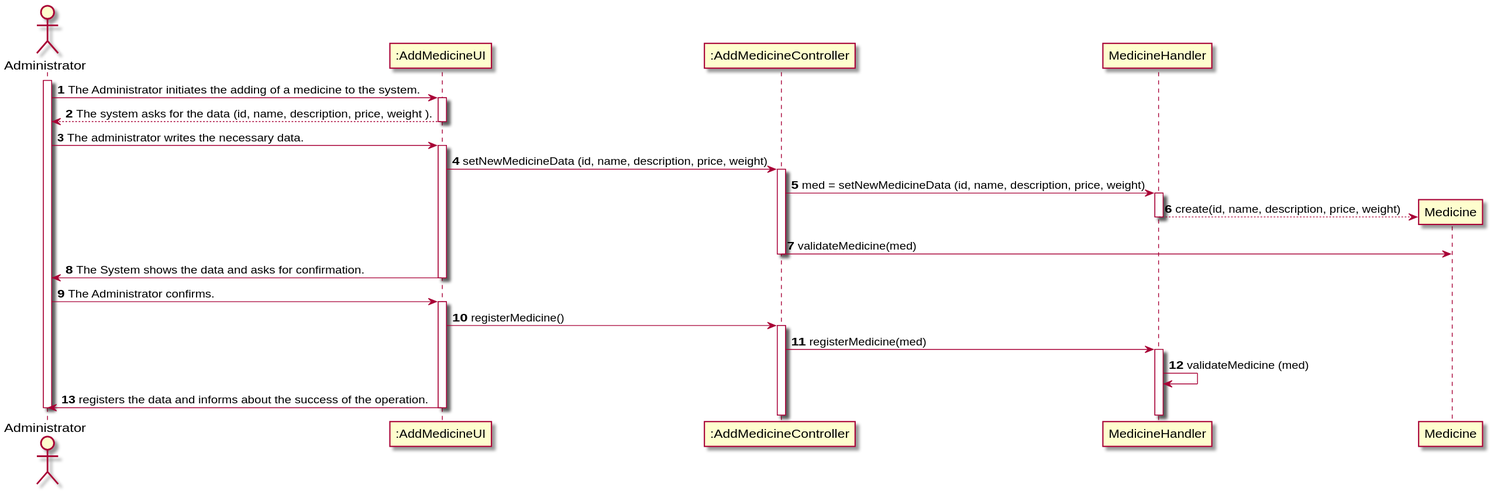
Above: Documents/UC10/UC10_SD.svg in 1190452/LAPR3 (PlantUML), before the change. Its diagram source:
```plantuml
@startuml
autonumber
actor "Administrator" as ADM

participant ":AddMedicineUI" as UI
participant ":AddMedicineController" as CTRL
participant "MedicineHandler" as PHARM
participant "Medicine" as MED


activate ADM
ADM -> UI : The Administrator initiates the adding of a medicine to the system.
activate UI

UI --> ADM : The system asks for the data (id, name, description, price, weight ).

deactivate UI

ADM -> UI : The administrator writes the necessary data.
activate UI

UI -> CTRL : setNewMedicineData (id, name, description, price, weight)
activate CTRL

CTRL -> PHARM : med = setNewMedicineData (id, name, description, price, weight)
activate PHARM

PHARM --> MED ** : create(id, name, description, price, weight)
deactivate PHARM

CTRL -> MED: validateMedicine(med)
deactivate CTRL

UI -> ADM : The System shows the data and asks for confirmation.
deactivate UI


ADM -> UI : The Administrator confirms.
activate UI

UI -> CTRL: registerMedicine()
activate CTRL

CTRL -> PHARM : registerMedicine(med)
activate PHARM

PHARM -> PHARM : validateMedicine (med)

UI -> ADM : registers the data and informs about the success of the operation.


deactivate UI
deactivate ADM
@enduml
```
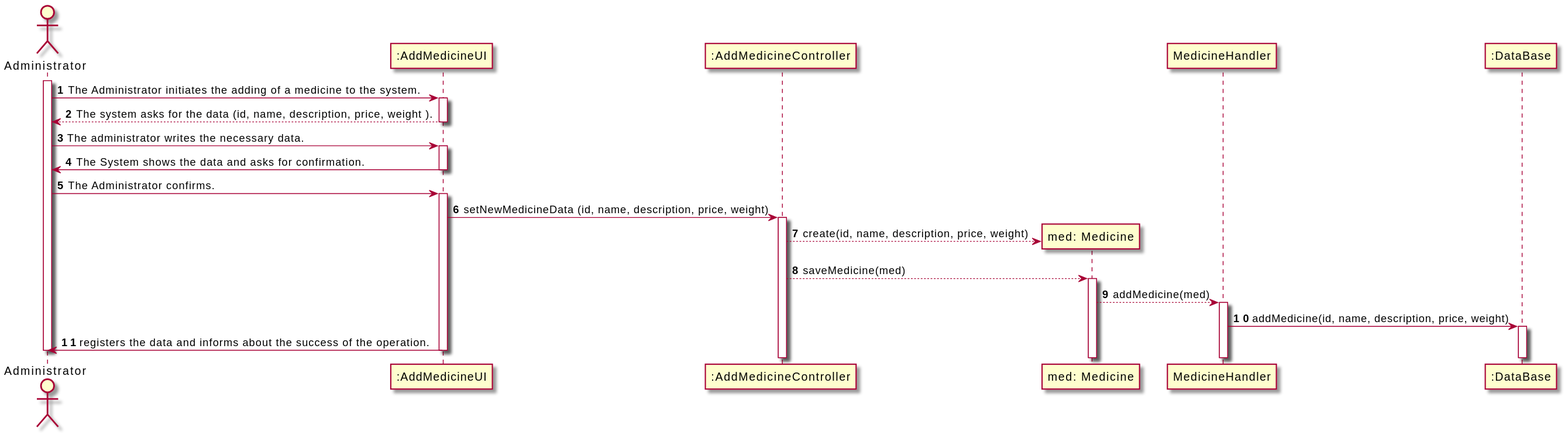
Later version of the same file.

Commit message:
AUCMN1-105 #close #comment changes to the CD and SD diagrams

Change to the diagram source:
```diff
@@ -4,8 +4,9 @@
 
 participant ":AddMedicineUI" as UI
 participant ":AddMedicineController" as CTRL
-participant "MedicineHandler" as PHARM
-participant "Medicine" as MED
+participant "med: Medicine" as MED
+participant "MedicineHandler" as HANDLER
+participant ":DataBase" as DB
 
 
 activate ADM
@@ -19,32 +20,25 @@
 ADM -> UI : The administrator writes the necessary data.
 activate UI
 
-UI -> CTRL : setNewMedicineData (id, name, description, price, weight)
-activate CTRL
-
-CTRL -> PHARM : med = setNewMedicineData (id, name, description, price, weight)
-activate PHARM
-
-PHARM --> MED ** : create(id, name, description, price, weight)
-deactivate PHARM
-
-CTRL -> MED: validateMedicine(med)
-deactivate CTRL
-
 UI -> ADM : The System shows the data and asks for confirmation.
 deactivate UI
-
 
 ADM -> UI : The Administrator confirms.
 activate UI
 
-UI -> CTRL: registerMedicine()
+UI -> CTRL : setNewMedicineData (id, name, description, price, weight)
 activate CTRL
 
-CTRL -> PHARM : registerMedicine(med)
-activate PHARM
+CTRL --> MED ** : create(id, name, description, price, weight)
+CTRL --> MED : saveMedicine(med)
+activate MED
 
-PHARM -> PHARM : validateMedicine (med)
+MED --> HANDLER: addMedicine(med)
+activate HANDLER
+
+HANDLER -> DB : addMedicine(id, name, description, price, weight)
+activate DB
+
 
 UI -> ADM : registers the data and informs about the success of the operation.
 
```
